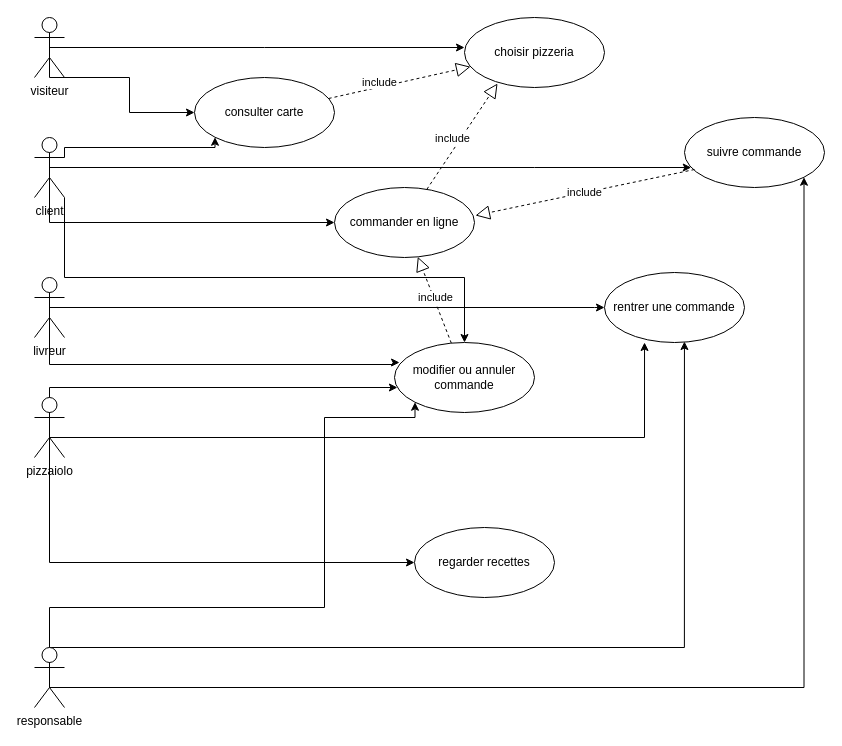
This is page "package commander" (4 of 7) of diagrammes réunis.drawio from robindauteuil/Diagramme_UML, a draw.io file, before an edit. Source tidied: cells renumbered, new cells numbered last; positions are measured from the earlier drawing's top-left corner, leaving out a move shared by most shapes. Both pictures are drawn from the tidied source at 100%, with x=0, y=0 at pixel (34, 17).
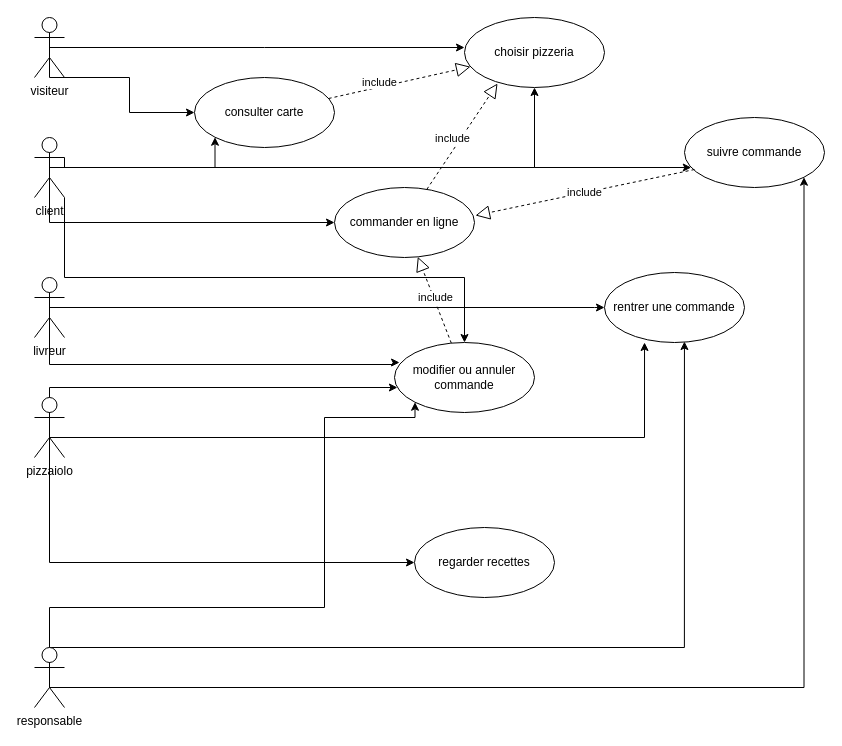
After the change.

Unchanged cells that the change refers to:
```xml
<mxCell id="6" value="client" style="shape=umlActor;verticalLabelPosition=bottom;verticalAlign=top;html=1;" parent="1" vertex="1">
  <mxGeometry y="120" width="30" height="60" as="geometry" />
</mxCell>
<mxCell id="19" value="choisir pizzeria" style="ellipse;whiteSpace=wrap;html=1;" parent="1" vertex="1">
  <mxGeometry x="430" width="140" height="70" as="geometry" />
</mxCell>
<mxCell id="26" value="consulter carte" style="ellipse;whiteSpace=wrap;html=1;" parent="1" vertex="1">
  <mxGeometry x="160" y="60" width="140" height="70" as="geometry" />
</mxCell>
```

Diff of the diagram source:
```diff
@@
     <mxCell id="3" style="edgeStyle=orthogonalEdgeStyle;rounded=0;jettySize=auto;html=1;exitX=1;exitY=0.3333333333333333;exitDx=0;exitDy=0;exitPerimeter=0;entryX=0;entryY=1;entryDx=0;entryDy=0;" parent="1" edge="1" source="6" target="26">
       <mxGeometry relative="1" as="geometry">
         <Array as="points">
-          <mxPoint x="30" y="130" />
-          <mxPoint x="181" y="130" />
+          <mxPoint x="30" y="150" />
+          <mxPoint x="181" y="150" />
         </Array>
       </mxGeometry>
     </mxCell>
@@
+    <mxCell id="35" style="edgeStyle=orthogonalEdgeStyle;rounded=0;jettySize=auto;html=1;exitX=0.5;exitY=0.5;exitDx=0;exitDy=0;exitPerimeter=0;" parent="1" edge="1" source="6" target="19">
+      <mxGeometry relative="1" as="geometry" />
+    </mxCell>
```
